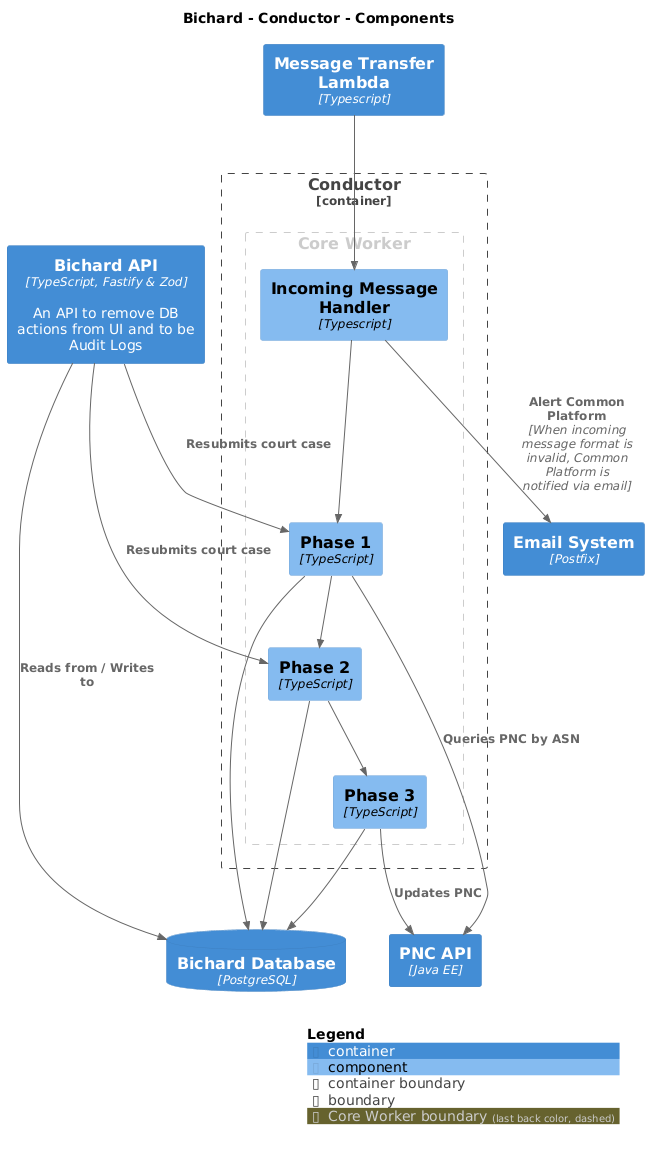
Earlier version of the PlantUML export main/png/Component-001.png (ministryofjustice/bichard7-next-core).
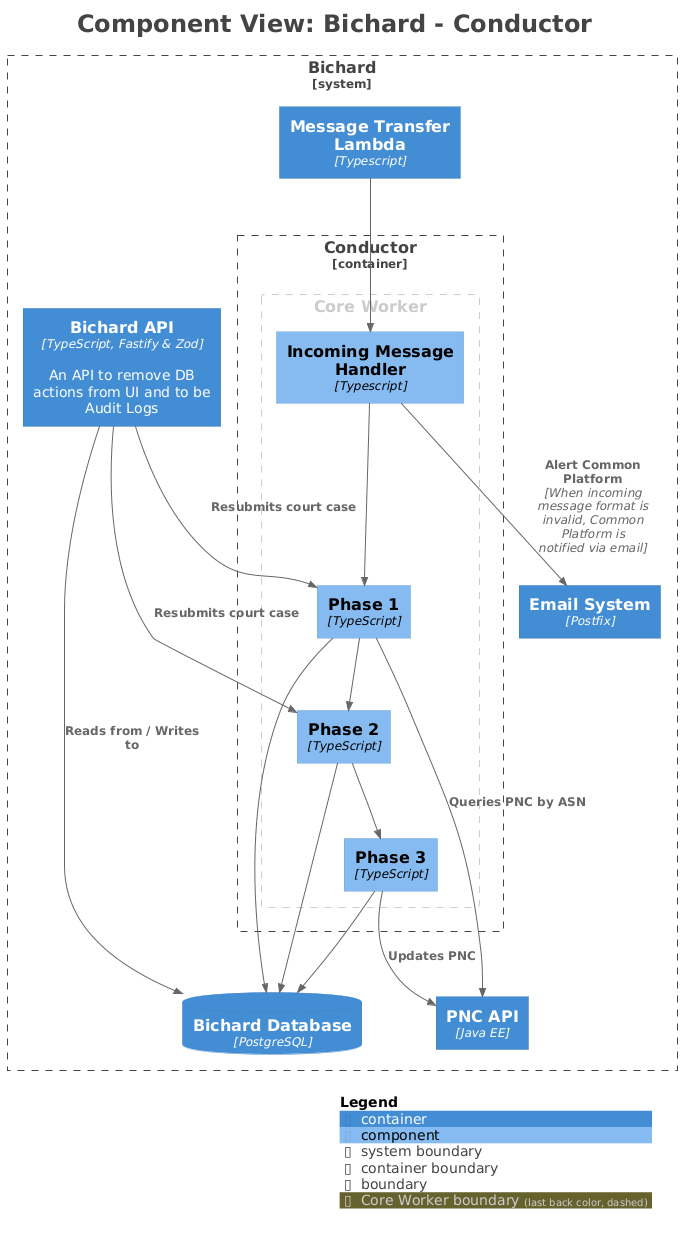
Above is the later version.

The edit, as a diff of the source:
```diff
@@ -1,29 +1,38 @@
 @startuml
+title <size:24>Component View: Bichard - Conductor</size>
+
 set separator none
-title Bichard - Conductor - Components
+top to bottom direction
 
-top to bottom direction
+<style>
+  root {
+    BackgroundColor: #ffffff
+    FontColor: #444444
+  }
+</style>
 
 !include <C4/C4>
 !include <C4/C4_Context>
 !include <C4/C4_Container>
 !include <C4/C4_Component>
 
-Container(Bichard.MessageTransferLambda, "Message Transfer Lambda", $techn="Typescript", $descr="", $tags="", $link="")
-ContainerDb(Bichard.BichardDatabase, "Bichard Database", $techn="PostgreSQL", $descr="", $tags="", $link="")
-Container(Bichard.EmailSystem, "Email System", $techn="Postfix", $descr="", $tags="", $link="")
-Container(Bichard.PNCAPI, "PNC API", $techn="Java EE", $descr="", $tags="", $link="")
-Container(Bichard.BichardAPI, "Bichard API", $techn="TypeScript, Fastify & Zod", $descr="An API to remove DB actions from UI and to be Audit Logs", $tags="", $link="")
+System_Boundary("Bichard_boundary", "Bichard", $tags="") {
+  Container_Boundary("Bichard.Conductor_boundary", "Conductor", $tags="") {
+    AddBoundaryTag("Core Worker", $borderColor="#cccccc", $fontColor="#cccccc", $borderStyle="dashed")
+    Boundary(group_1, "Core Worker", $tags="Core Worker") {
+      Component(Bichard.Conductor.IncomingMessageHandler, "Incoming Message Handler", $techn="Typescript", $descr="", $tags="", $link="")
+      Component(Bichard.Conductor.Phase1, "Phase 1", $techn="TypeScript", $descr="", $tags="", $link="")
+      Component(Bichard.Conductor.Phase2, "Phase 2", $techn="TypeScript", $descr="", $tags="", $link="")
+      Component(Bichard.Conductor.Phase3, "Phase 3", $techn="TypeScript", $descr="", $tags="", $link="")
+    }
 
-Container_Boundary("Bichard.Conductor_boundary", "Conductor", $tags="") {
-  AddBoundaryTag("Core Worker", $borderColor="#cccccc", $fontColor="#cccccc", $borderStyle="dashed")
-  Boundary(group_1, "Core Worker", $tags="Core Worker") {
-    Component(Bichard.Conductor.IncomingMessageHandler, "Incoming Message Handler", $techn="Typescript", $descr="", $tags="", $link="")
-    Component(Bichard.Conductor.Phase1, "Phase 1", $techn="TypeScript", $descr="", $tags="", $link="")
-    Component(Bichard.Conductor.Phase2, "Phase 2", $techn="TypeScript", $descr="", $tags="", $link="")
-    Component(Bichard.Conductor.Phase3, "Phase 3", $techn="TypeScript", $descr="", $tags="", $link="")
   }
 
+  Container(Bichard.MessageTransferLambda, "Message Transfer Lambda", $techn="Typescript", $descr="", $tags="", $link="")
+  ContainerDb(Bichard.BichardDatabase, "Bichard Database", $techn="PostgreSQL", $descr="", $tags="", $link="")
+  Container(Bichard.EmailSystem, "Email System", $techn="Postfix", $descr="", $tags="", $link="")
+  Container(Bichard.PNCAPI, "PNC API", $techn="Java EE", $descr="", $tags="", $link="")
+  Container(Bichard.BichardAPI, "Bichard API", $techn="TypeScript, Fastify & Zod", $descr="An API to remove DB actions from UI and to be Audit Logs", $tags="", $link="")
 }
 
 Rel(Bichard.MessageTransferLambda, Bichard.Conductor.IncomingMessageHandler, "", $techn="", $tags="", $link="")
@@ -41,4 +50,5 @@
 Rel(Bichard.BichardAPI, Bichard.BichardDatabase, "Reads from / Writes to", $techn="", $tags="", $link="")
 
 SHOW_LEGEND(true)
+hide stereotypes
 @enduml
```
